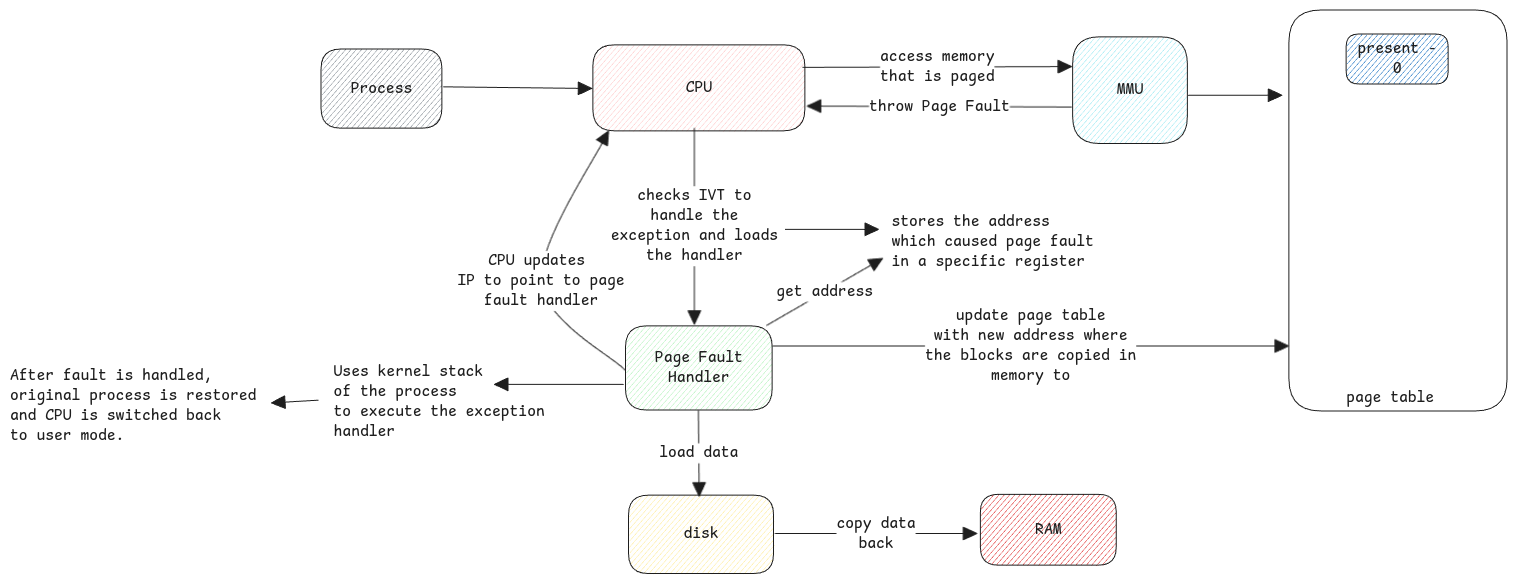
Earlier version of the Excalidraw export static/img/page-fault-handling.excalidraw.png (swaroopar/inprogress-engineer). Source tidied: one line per element, renumbered; positions are measured from the earlier drawing's top-left corner, leaving out a move shared by most shapes.
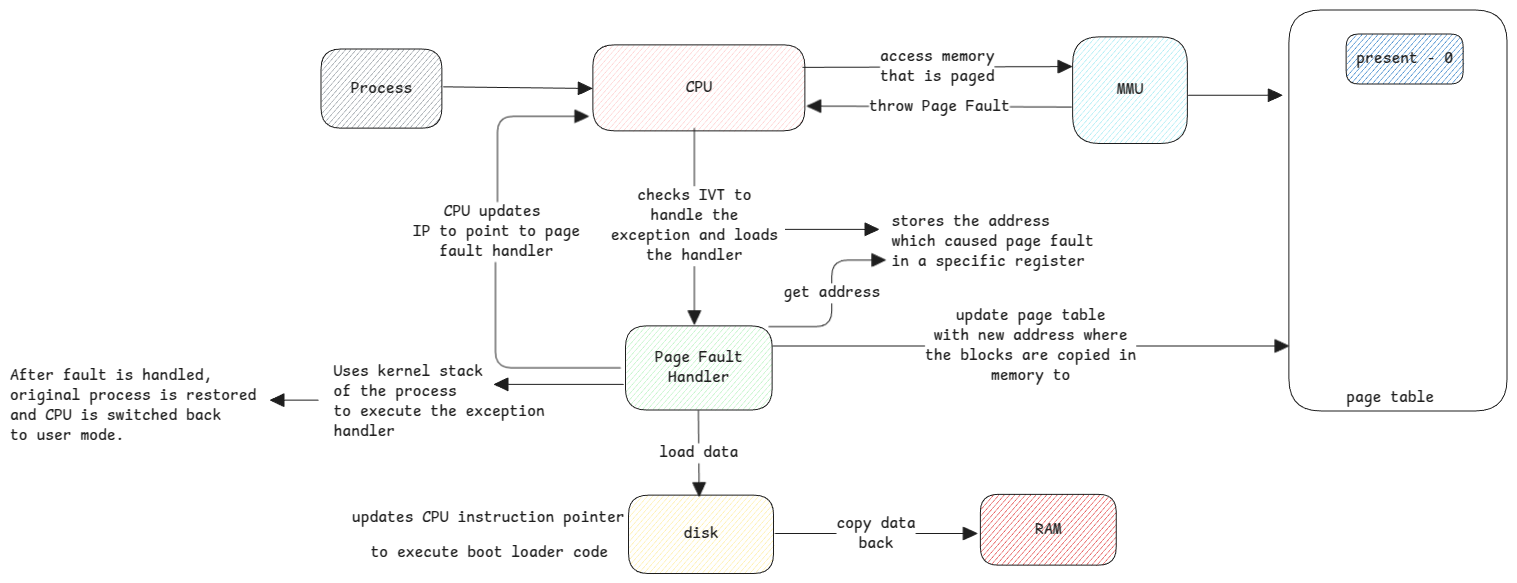
After the change.

What changed in the source:
```diff
@@ -7,8 +7,8 @@
 {"id": 6, "type": "rectangle", "strokeColor": "#1e1e1e", "strokeWidth": 1, "roughness": 0, "round": true, "x": 1279, "y": 0, "width": 218, "height": 401}
 {"id": 7, "type": "arrow", "strokeColor": "#1e1e1e", "strokeWidth": 1, "roughness": 0, "endArrowhead": "triangle", "round": true, "from": 2, "to": 6, "x": 1178, "y": 85, "width": 94, "height": 0, "points": [[0, 0], [94, 0]]}
 {"id": 8, "type": "text", "text": "page table", "strokeColor": "#1e1e1e", "strokeWidth": 1, "roughness": 0, "fontSize": 16, "fontFamily": 8, "x": 1336, "y": 378, "width": 88, "height": 20}
-{"id": 9, "type": "rectangle", "strokeColor": "#1e1e1e", "backgroundColor": "#1971c2", "fillStyle": "hachure", "strokeWidth": 1, "roughness": 0, "round": true, "x": 1336, "y": 24, "width": 102, "height": 50}
+{"id": 9, "type": "rectangle", "strokeColor": "#1e1e1e", "backgroundColor": "#1971c2", "fillStyle": "hachure", "strokeWidth": 1, "roughness": 0, "round": true, "x": 1336, "y": 24, "width": 117, "height": 50}
-{"id": 10, "type": "text", "text": "present -\n0", "strokeColor": "#1e1e1e", "strokeWidth": 2, "roughness": 1, "fontSize": 16, "fontFamily": 8, "textAlign": "center", "verticalAlign": "middle", "inside": 9, "x": 1348, "y": 29, "width": 79, "height": 40}
+{"id": 10, "type": "text", "text": "present - 0", "strokeColor": "#1e1e1e", "strokeWidth": 2, "roughness": 1, "fontSize": 16, "fontFamily": 8, "textAlign": "center", "verticalAlign": "middle", "inside": 9, "x": 1346, "y": 39, "width": 97, "height": 20}
 {"id": 11, "type": "arrow", "strokeColor": "#1e1e1e", "strokeWidth": 1, "roughness": 0, "endArrowhead": "triangle", "round": true, "from": 2, "to": 0, "x": 1062, "y": 97, "width": 264, "height": 1, "points": [[0, 0], [-264, -1]]}
 {"id": 12, "type": "text", "text": "throw Page Fault", "strokeColor": "#1e1e1e", "strokeWidth": 2, "roughness": 1, "fontSize": 16, "fontFamily": 8, "textAlign": "center", "verticalAlign": "middle", "inside": 11, "x": 859, "y": 87, "width": 141, "height": 20}
 {"id": 13, "type": "rectangle", "strokeColor": "#1e1e1e", "backgroundColor": "#868e96", "fillStyle": "hachure", "strokeWidth": 1, "roughness": 0, "round": true, "x": 311, "y": 39, "width": 121, "height": 79}
@@ -30,11 +30,13 @@
 {"id": 29, "type": "text", "text": "RAM", "strokeColor": "#1e1e1e", "strokeWidth": 2, "roughness": 1, "fontSize": 16, "fontFamily": 8, "textAlign": "center", "verticalAlign": "middle", "inside": 28, "x": 1025, "y": 510, "width": 26, "height": 20}
 {"id": 30, "type": "arrow", "strokeColor": "#1e1e1e", "strokeWidth": 1, "roughness": 0, "endArrowhead": "triangle", "round": true, "to": 28, "x": 765, "y": 524, "width": 202, "height": 0, "points": [[0, 0], [202, 0]]}
 {"id": 31, "type": "text", "text": "copy data\nback", "strokeColor": "#1e1e1e", "strokeWidth": 2, "roughness": 1, "fontSize": 16, "fontFamily": 8, "textAlign": "center", "verticalAlign": "middle", "inside": 30, "x": 826, "y": 504, "width": 79, "height": 40}
-{"id": 32, "type": "arrow", "strokeColor": "#1e1e1e", "strokeWidth": 1, "roughness": 0, "endArrowhead": "triangle", "round": true, "from": 18, "to": 0, "x": 615, "y": 360, "width": 84, "height": 239, "points": [[0, 0], [-84, -89], [-17, -239]]}
+{"id": 32, "type": "arrow", "strokeColor": "#1e1e1e", "strokeWidth": 1, "roughness": 0, "endArrowhead": "triangle", "from": 18, "to": 0, "x": 611, "y": 358, "width": 125, "height": 252, "points": [[0, 0], [-125, 0], [-125, -136], [-123, -136], [-123, -252], [-32, -252]]}
 {"id": 33, "type": "text", "text": "CPU updates \nIP to point to page\nfault handler", "strokeColor": "#1e1e1e", "strokeWidth": 2, "roughness": 1, "fontSize": 16, "fontFamily": 8, "textAlign": "center", "verticalAlign": "middle", "inside": 32, "x": 447, "y": 241, "width": 167, "height": 60}
 {"id": 34, "type": "arrow", "strokeColor": "#1e1e1e", "strokeWidth": 1, "roughness": 0, "endArrowhead": "triangle", "round": true, "x": 614, "y": 374, "width": 129, "height": 0, "points": [[0, 0], [-129, 0]]}
 {"id": 35, "type": "text", "text": "Uses kernel stack\nof the process \nto execute the exception \nhandler", "strokeColor": "#1e1e1e", "strokeWidth": 1, "roughness": 0, "fontSize": 16, "fontFamily": 8, "x": 324, "y": 352, "width": 220, "height": 80}
-{"id": 36, "type": "arrow", "strokeColor": "#1e1e1e", "strokeWidth": 1, "roughness": 0, "endArrowhead": "triangle", "round": true, "to": 37, "x": 308, "y": 390, "width": 47, "height": 3, "points": [[0, 0], [-47, 3]]}
+{"id": 36, "type": "arrow", "strokeColor": "#1e1e1e", "strokeWidth": 1, "roughness": 0, "endArrowhead": "triangle", "round": true, "from": 35, "x": 308, "y": 390, "width": 48, "height": 0, "points": [[0, 0], [-48, 0]]}
 {"id": 37, "type": "text", "text": "After fault is handled, \noriginal process is restored \nand CPU is switched back \nto user mode. ", "strokeColor": "#1e1e1e", "strokeWidth": 1, "roughness": 0, "fontSize": 16, "fontFamily": 8, "x": 0, "y": 356, "width": 255, "height": 80}
-{"id": 38, "type": "arrow", "strokeColor": "#1e1e1e", "strokeWidth": 1, "roughness": 0, "endArrowhead": "triangle", "round": true, "x": 757, "y": 315, "width": 116, "height": 67, "points": [[0, 0], [116, -67]]}
+{"id": 40, "type": "text", "text": "updates CPU instruction pointer", "strokeColor": "#1e1e1e", "strokeWidth": 2, "roughness": 1, "fontSize": 16, "fontFamily": 8, "x": 342, "y": 498, "width": 273, "height": 20}
+{"id": 41, "type": "text", "text": "to execute boot loader code", "strokeColor": "#1e1e1e", "strokeWidth": 2, "roughness": 1, "fontSize": 16, "fontFamily": 8, "x": 361, "y": 533, "width": 238, "height": 20}
+{"id": 42, "type": "arrow", "strokeColor": "#1e1e1e", "strokeWidth": 1, "roughness": 0, "endArrowhead": "triangle", "from": 18, "to": 23, "x": 759, "y": 317, "width": 117, "height": 67, "points": [[0, 0], [63, 0], [63, -67], [117, -67]]}
-{"id": 39, "type": "text", "text": "get address", "strokeColor": "#1e1e1e", "strokeWidth": 2, "roughness": 1, "fontSize": 16, "fontFamily": 8, "textAlign": "center", "verticalAlign": "middle", "inside": 38, "x": 766, "y": 272, "width": 97, "height": 20}
+{"id": 39, "type": "text", "text": "get address", "strokeColor": "#1e1e1e", "strokeWidth": 2, "roughness": 1, "fontSize": 16, "fontFamily": 8, "textAlign": "center", "verticalAlign": "middle", "inside": 42, "x": 773, "y": 273, "width": 97, "height": 20}
```
